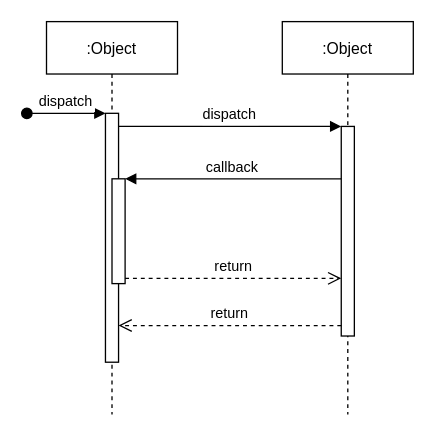
This is Диаграмма последовательности.drawio from DarkReduX/Diagrams-for-projects, a draw.io file, before an edit. Source tidied: cells renumbered, new cells numbered last; positions are measured from the earlier drawing's top-left corner, leaving out a move shared by most shapes. Both pictures are drawn from the tidied source at 131%, with x=0, y=0 at pixel (26, 21).
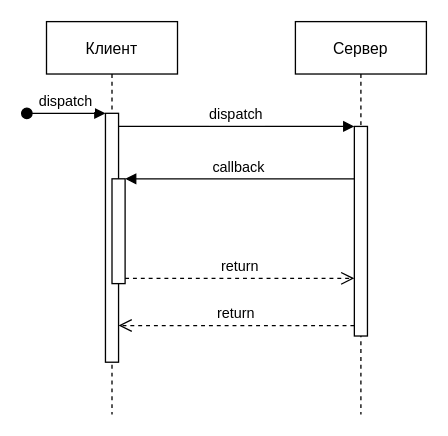
The same diagram, later.

The edit, as a diff of the source:
```diff
@@
 <mxGraphModel>
   <root>
     <mxCell id="0" />
     <mxCell id="1" parent="0" />
-    <mxCell id="2" value=":Object" style="shape=umlLifeline;perimeter=lifelinePerimeter;rounded=0;shadow=0;strokeWidth=1;" parent="1" vertex="1">
+    <mxCell id="2" value="Клиент" style="shape=umlLifeline;perimeter=lifelinePerimeter;rounded=0;shadow=0;strokeWidth=1;" parent="1" vertex="1">
       <mxGeometry x="15" width="100" height="300" as="geometry" />
     </mxCell>
     <mxCell id="3" style="points=[];perimeter=orthogonalPerimeter;rounded=0;shadow=0;strokeWidth=1;" parent="2" vertex="1">
       <mxGeometry x="45" y="70" width="10" height="190" as="geometry" />
     </mxCell>
     <mxCell id="4" value="dispatch" style="verticalAlign=bottom;startArrow=oval;endArrow=block;startSize=8;shadow=0;strokeWidth=1;" parent="2" edge="1" target="3">
       <mxGeometry relative="1" as="geometry">
         <mxPoint x="-15" y="70" as="sourcePoint" />
       </mxGeometry>
     </mxCell>
     <mxCell id="5" style="points=[];perimeter=orthogonalPerimeter;rounded=0;shadow=0;strokeWidth=1;" parent="2" vertex="1">
       <mxGeometry x="50" y="120" width="10" height="80" as="geometry" />
     </mxCell>
-    <mxCell id="6" value=":Object" style="shape=umlLifeline;perimeter=lifelinePerimeter;rounded=0;shadow=0;strokeWidth=1;" parent="1" vertex="1">
-      <mxGeometry x="195" width="100" height="300" as="geometry" />
+    <mxCell id="6" value="Сервер" style="shape=umlLifeline;perimeter=lifelinePerimeter;rounded=0;shadow=0;strokeWidth=1;" parent="1" vertex="1">
+      <mxGeometry x="205" width="100" height="300" as="geometry" />
     </mxCell>
     <mxCell id="7" style="points=[];perimeter=orthogonalPerimeter;rounded=0;shadow=0;strokeWidth=1;" parent="6" vertex="1">
       <mxGeometry x="45" y="80" width="10" height="160" as="geometry" />
     </mxCell>
     <mxCell id="8" value="return" style="verticalAlign=bottom;endArrow=open;dashed=1;endSize=8;exitX=0;exitY=0.95;shadow=0;strokeWidth=1;" parent="1" edge="1" source="7" target="3">
       <mxGeometry relative="1" as="geometry" />
     </mxCell>
     <mxCell id="9" value="dispatch" style="verticalAlign=bottom;endArrow=block;entryX=0;entryY=0;shadow=0;strokeWidth=1;" parent="1" edge="1" source="3" target="7">
       <mxGeometry relative="1" as="geometry" />
     </mxCell>
     <mxCell id="10" value="callback" style="verticalAlign=bottom;endArrow=block;entryX=1;entryY=0;shadow=0;strokeWidth=1;" parent="1" edge="1" source="7" target="5">
       <mxGeometry relative="1" as="geometry" />
     </mxCell>
     <mxCell id="11" value="return" style="verticalAlign=bottom;endArrow=open;dashed=1;endSize=8;exitX=1;exitY=0.95;shadow=0;strokeWidth=1;" parent="1" edge="1" source="5" target="7">
       <mxGeometry relative="1" as="geometry" />
     </mxCell>
   </root>
 </mxGraphModel>
```
